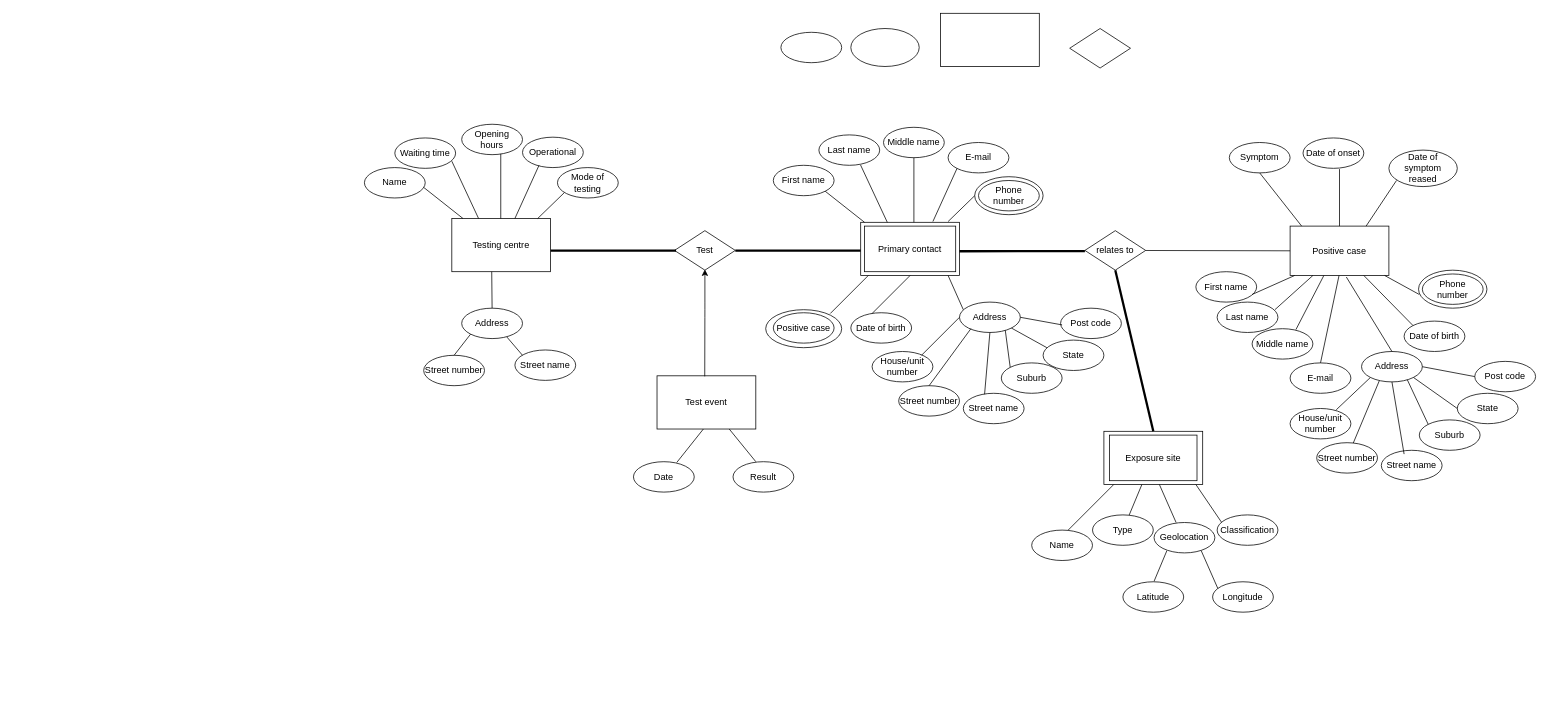
This is Untitled Diagram.drawio from pingtingw/info20003, a draw.io file, before an edit. Source tidied: cells renumbered, new cells numbered last; positions are measured from the earlier drawing's top-left corner, leaving out a move shared by most shapes. Both pictures are drawn from the tidied source at 76%, with x=0, y=0 at pixel (364, 13).
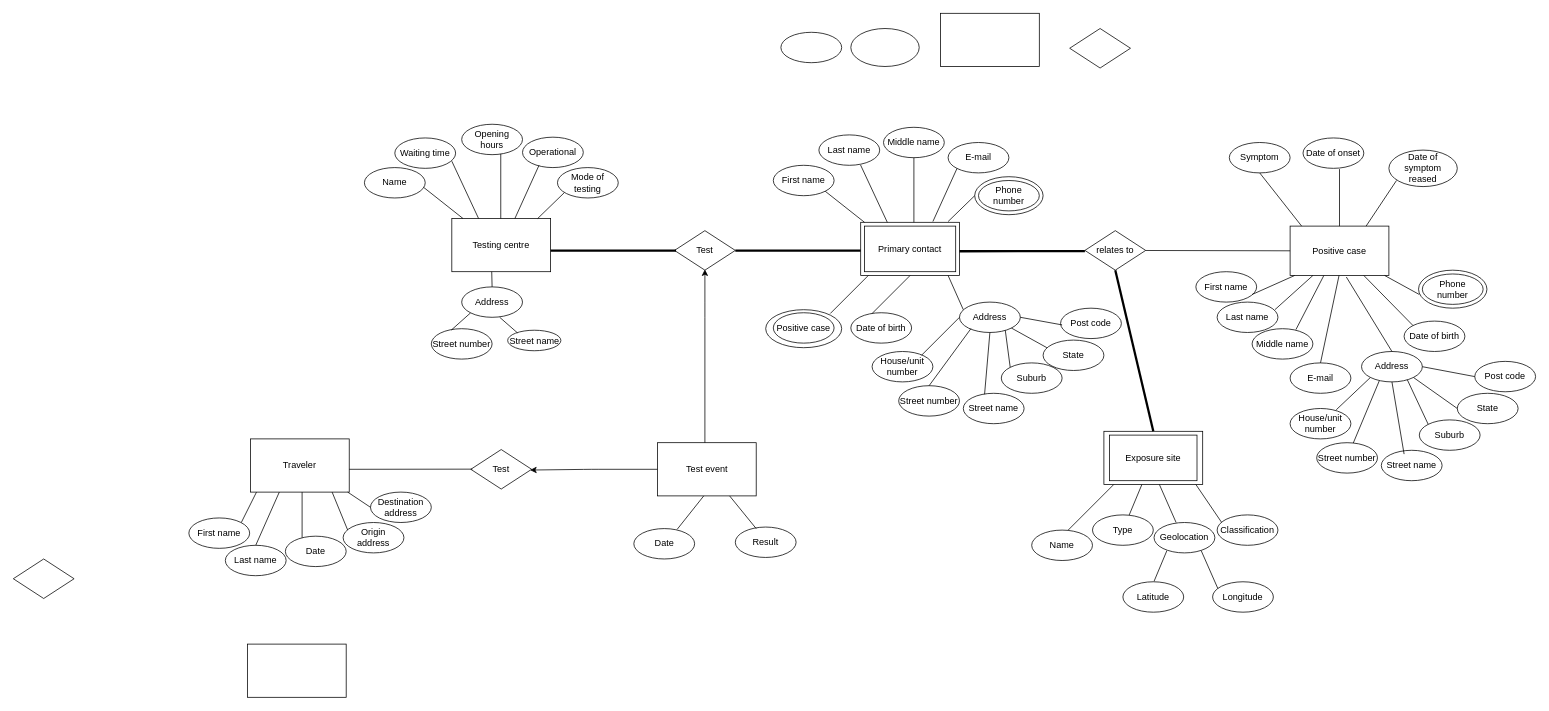
The same page after the edit.

What changed in the source:
```diff
@@
     <mxCell id="106" value="Address" style="ellipse;whiteSpace=wrap;html=1;fillColor=none;gradientColor=none;" parent="1" vertex="1">
-      <mxGeometry x="128" y="388" width="80" height="40" as="geometry" />
+      <mxGeometry x="128" y="360" width="80" height="40" as="geometry" />
     </mxCell>
-    <mxCell id="107" style="endArrow=none;html=1;entryX=0;entryY=1;entryDx=0;entryDy=0;" parent="1" edge="1" target="106">
-      <mxGeometry relative="1" as="geometry">
-        <mxPoint x="118" y="450" as="sourcePoint" />
-      </mxGeometry>
+    <mxCell id="107" style="endArrow=none;html=1;entryX=0;entryY=1;entryDx=0;entryDy=0;exitX=0.33;exitY=0.043;exitDx=0;exitDy=0;exitPerimeter=0;" parent="1" edge="1" source="109" target="106">
+      <mxGeometry relative="1" as="geometry" />
     </mxCell>
-    <mxCell id="108" style="endArrow=none;html=1;entryX=0.5;entryY=1;entryDx=0;entryDy=0;" parent="1" edge="1">
+    <mxCell id="108" style="endArrow=none;html=1;entryX=0.5;entryY=1;entryDx=0;entryDy=0;exitX=0.183;exitY=0.127;exitDx=0;exitDy=0;exitPerimeter=0;" parent="1" edge="1" source="110">
       <mxGeometry relative="1" as="geometry">
-        <mxPoint x="208" y="450" as="sourcePoint" />
-        <mxPoint x="187.5" y="426" as="targetPoint" />
+        <mxPoint x="178" y="400" as="targetPoint" />
       </mxGeometry>
     </mxCell>
     <mxCell id="109" value="Street number" style="ellipse;whiteSpace=wrap;html=1;fillColor=none;gradientColor=none;" parent="1" vertex="1">
-      <mxGeometry x="78" y="450" width="80" height="40" as="geometry" />
+      <mxGeometry x="88" y="415" width="80" height="40" as="geometry" />
     </mxCell>
     <mxCell id="110" value="Street name" style="ellipse;whiteSpace=wrap;html=1;fillColor=none;gradientColor=none;" parent="1" vertex="1">
-      <mxGeometry x="198" y="443" width="80" height="40" as="geometry" />
+      <mxGeometry x="188.5" y="417" width="70" height="27" as="geometry" />
     </mxCell>
-    <mxCell id="111" style="endArrow=classic;html=1;strokeWidth=1;exitX=0.537;exitY=-0.019;exitDx=0;exitDy=0;exitPerimeter=0;" parent="1" edge="1">
+    <mxCell id="111" style="endArrow=classic;html=1;strokeWidth=1;" parent="1" edge="1">
       <mxGeometry relative="1" as="geometry">
-        <mxPoint x="447.8" y="477.7" as="sourcePoint" />
+        <mxPoint x="448" y="565" as="sourcePoint" />
         <mxPoint x="448" y="337" as="targetPoint" />
         <Array as="points">
           <mxPoint x="448" y="390" />
         </Array>
       </mxGeometry>
     </mxCell>
     <mxCell id="112" value="Test event" style="rounded=0;whiteSpace=wrap;html=1;fillColor=none;" parent="1" vertex="1">
-      <mxGeometry x="385" y="477" width="130" height="70" as="geometry" />
+      <mxGeometry x="385.5" y="565" width="130" height="70" as="geometry" />
     </mxCell>
     <mxCell id="113" style="endArrow=none;html=1;entryX=0;entryY=0.5;entryDx=0;entryDy=0;" parent="1" edge="1">
       <mxGeometry relative="1" as="geometry">
-        <mxPoint x="411" y="591" as="sourcePoint" />
-        <mxPoint x="446" y="547" as="targetPoint" />
+        <mxPoint x="411.5" y="679" as="sourcePoint" />
+        <mxPoint x="446.5" y="635" as="targetPoint" />
       </mxGeometry>
     </mxCell>
     <mxCell id="114" style="endArrow=none;html=1;entryX=0;entryY=0.5;entryDx=0;entryDy=0;" parent="1" edge="1">
       <mxGeometry relative="1" as="geometry">
-        <mxPoint x="515" y="590" as="sourcePoint" />
-        <mxPoint x="480" y="547" as="targetPoint" />
+        <mxPoint x="515.5" y="678" as="sourcePoint" />
+        <mxPoint x="480.5" y="635" as="targetPoint" />
       </mxGeometry>
     </mxCell>
     <mxCell id="115" value="Date" style="ellipse;whiteSpace=wrap;html=1;fillColor=none;gradientColor=none;" parent="1" vertex="1">
-      <mxGeometry x="354" y="590" width="80" height="40" as="geometry" />
+      <mxGeometry x="354.5" y="678" width="80" height="40" as="geometry" />
     </mxCell>
     <mxCell id="116" value="Result" style="ellipse;whiteSpace=wrap;html=1;fillColor=none;gradientColor=none;" parent="1" vertex="1">
-      <mxGeometry x="485" y="590" width="80" height="40" as="geometry" />
+      <mxGeometry x="488" y="676" width="80" height="40" as="geometry" />
     </mxCell>
+    <mxCell id="117" style="endArrow=classic;html=1;strokeWidth=1;exitX=0;exitY=0.5;exitDx=0;exitDy=0;" parent="1" edge="1" source="112">
+      <mxGeometry relative="1" as="geometry">
+        <mxPoint x="218" y="601" as="targetPoint" />
+        <Array as="points">
+          <mxPoint x="298.5" y="600" />
+        </Array>
+      </mxGeometry>
+    </mxCell>
+    <mxCell id="118" value="Traveler" style="rounded=0;whiteSpace=wrap;html=1;fillColor=none;" parent="1" vertex="1">
+      <mxGeometry x="-150" y="560" width="130" height="70" as="geometry" />
+    </mxCell>
+    <mxCell id="119" value="Test" style="rhombus;whiteSpace=wrap;html=1;fillColor=none;gradientColor=none;" parent="1" vertex="1">
+      <mxGeometry x="140" y="574" width="80" height="52" as="geometry" />
+    </mxCell>
+    <mxCell id="120" style="endArrow=none;html=1;entryX=0;entryY=0.5;entryDx=0;entryDy=0;" parent="1" edge="1">
+      <mxGeometry relative="1" as="geometry">
+        <mxPoint x="-20" y="600" as="sourcePoint" />
+        <mxPoint x="142" y="599.8" as="targetPoint" />
+      </mxGeometry>
+    </mxCell>
+    <mxCell id="121" style="endArrow=none;html=1;entryX=0.5;entryY=1;entryDx=0;entryDy=0;" parent="1" edge="1">
+      <mxGeometry relative="1" as="geometry">
+        <mxPoint x="-82" y="690" as="sourcePoint" />
+        <mxPoint x="-82" y="630" as="targetPoint" />
+      </mxGeometry>
+    </mxCell>
+    <mxCell id="122" style="endArrow=none;html=1;entryX=0.5;entryY=1;entryDx=0;entryDy=0;exitX=0.5;exitY=0;exitDx=0;exitDy=0;" parent="1" edge="1" source="127">
+      <mxGeometry relative="1" as="geometry">
+        <mxPoint x="-112" y="630" as="targetPoint" />
+      </mxGeometry>
+    </mxCell>
+    <mxCell id="123" style="endArrow=none;html=1;entryX=0.5;entryY=1;entryDx=0;entryDy=0;" parent="1" edge="1">
+      <mxGeometry relative="1" as="geometry">
+        <mxPoint x="-22" y="680" as="sourcePoint" />
+        <mxPoint x="-42.5" y="630" as="targetPoint" />
+      </mxGeometry>
+    </mxCell>
+    <mxCell id="124" style="endArrow=none;html=1;entryX=0.5;entryY=1;entryDx=0;entryDy=0;" parent="1" edge="1">
+      <mxGeometry relative="1" as="geometry">
+        <mxPoint x="-162" y="670" as="sourcePoint" />
+        <mxPoint x="-142" y="630" as="targetPoint" />
+      </mxGeometry>
+    </mxCell>
+    <mxCell id="125" style="endArrow=none;html=1;entryX=0.5;entryY=1;entryDx=0;entryDy=0;" parent="1" edge="1">
+      <mxGeometry relative="1" as="geometry">
+        <mxPoint x="8" y="650" as="sourcePoint" />
+        <mxPoint x="-22" y="630" as="targetPoint" />
+      </mxGeometry>
+    </mxCell>
+    <mxCell id="126" value="First name" style="ellipse;whiteSpace=wrap;html=1;fillColor=none;gradientColor=none;" parent="1" vertex="1">
+      <mxGeometry x="-231" y="664" width="80" height="40" as="geometry" />
+    </mxCell>
+    <mxCell id="127" value="Last name" style="ellipse;whiteSpace=wrap;html=1;fillColor=none;gradientColor=none;" parent="1" vertex="1">
+      <mxGeometry x="-183" y="700" width="80" height="40" as="geometry" />
+    </mxCell>
+    <mxCell id="128" value="Date" style="ellipse;whiteSpace=wrap;html=1;fillColor=none;gradientColor=none;" parent="1" vertex="1">
+      <mxGeometry x="-104" y="688" width="80" height="40" as="geometry" />
+    </mxCell>
+    <mxCell id="129" value="Origin address" style="ellipse;whiteSpace=wrap;html=1;fillColor=none;gradientColor=none;" parent="1" vertex="1">
+      <mxGeometry x="-28" y="670" width="80" height="40" as="geometry" />
+    </mxCell>
+    <mxCell id="130" value="Destination address" style="ellipse;whiteSpace=wrap;html=1;fillColor=none;gradientColor=none;" parent="1" vertex="1">
+      <mxGeometry x="8" y="630" width="80" height="40" as="geometry" />
+    </mxCell>
+    <mxCell id="131" style="rhombus;whiteSpace=wrap;html=1;fillColor=none;gradientColor=none;" parent="1" vertex="1">
+      <mxGeometry x="-462" y="718" width="80" height="52" as="geometry" />
+    </mxCell>
+    <mxCell id="132" style="rounded=0;whiteSpace=wrap;html=1;fillColor=none;" parent="1" vertex="1">
+      <mxGeometry x="-154" y="830" width="130" height="70" as="geometry" />
+    </mxCell>
```
